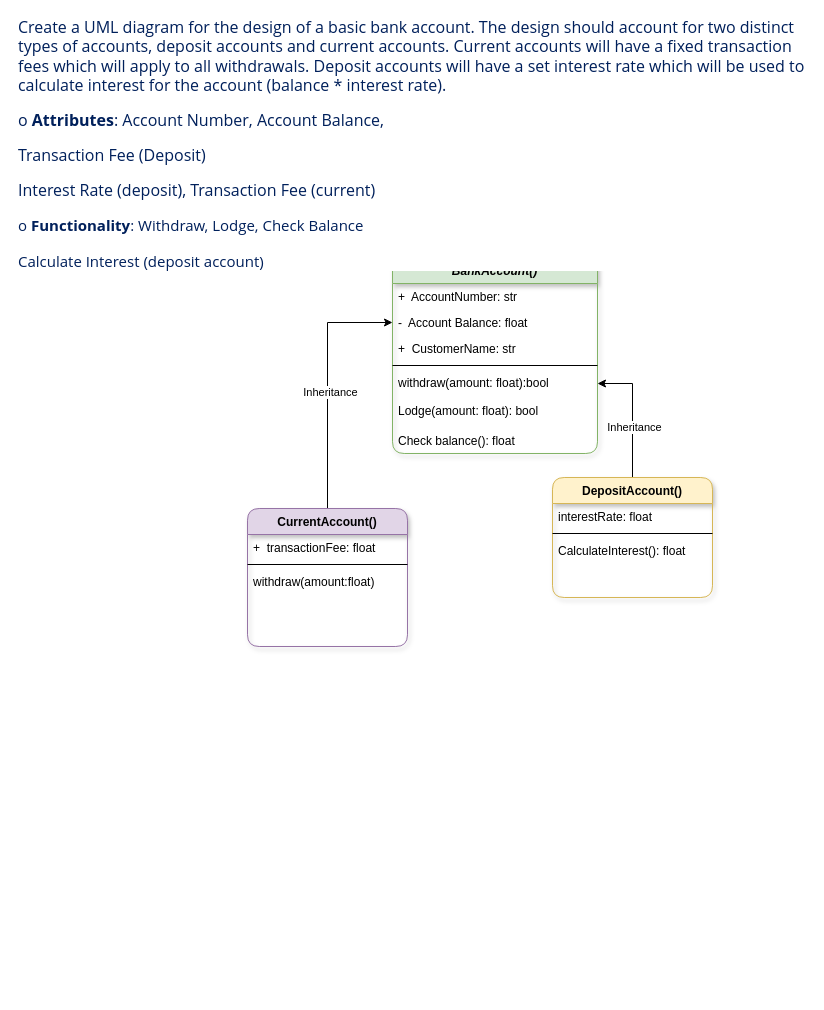
The draw.io diagram bankinguml.drawio in VictoriaJ4/VictoriaJ4, before the edit. Source tidied: cells renumbered, new cells numbered last; positions are measured from the earlier drawing's top-left corner, leaving out a move shared by most shapes. Both pictures are drawn from the tidied source at 100%, with x=0, y=0 at pixel (17, 137).
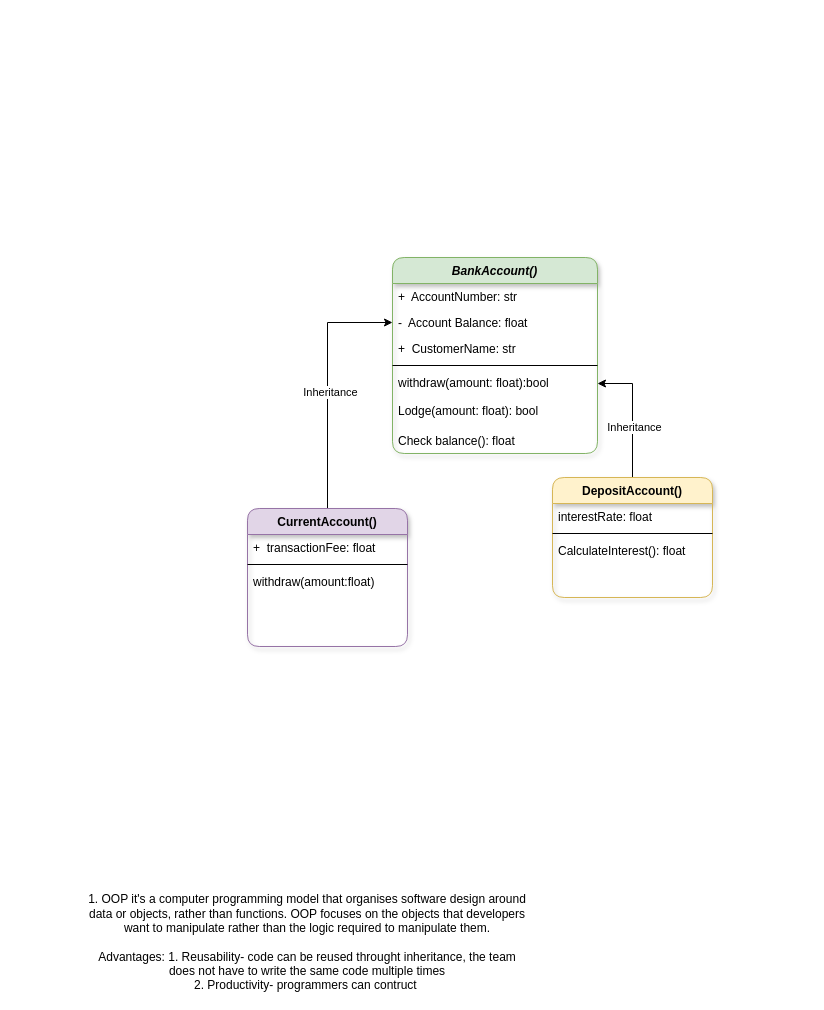
Above is the later version.

The edit, as a diff of the source:
```diff
@@
-    <mxCell id="22" value="&lt;p style=&quot;box-sizing: border-box; margin-top: 0px; margin-bottom: 1rem; color: rgb(0, 32, 91); font-family: &amp;quot;Open Sans&amp;quot;, sans-serif; font-size: 16px; text-align: left; background-color: rgb(255, 255, 255);&quot; dir=&quot;ltr&quot;&gt;Create a UML diagram for the design of a basic bank account. The design should account for two&amp;nbsp;distinct types of accounts, deposit accounts and current accounts. Current accounts will have a fixed transaction fees which will apply to all withdrawals. Deposit accounts will have a set interest rate&amp;nbsp;which will be used to calculate interest for the account (balance * interest rate).&amp;nbsp;&lt;/p&gt;&lt;p style=&quot;box-sizing: border-box; margin-top: 0px; margin-bottom: 1rem; color: rgb(0, 32, 91); font-family: &amp;quot;Open Sans&amp;quot;, sans-serif; font-size: 16px; text-align: left; background-color: rgb(255, 255, 255);&quot; dir=&quot;ltr&quot;&gt;o&amp;nbsp;&lt;span style=&quot;box-sizing: border-box; font-weight: bolder;&quot;&gt;Attributes&lt;/span&gt;: Account Number, Account Balance,&amp;nbsp;&lt;/p&gt;&lt;p style=&quot;box-sizing: border-box; margin-top: 0px; margin-bottom: 1rem; color: rgb(0, 32, 91); font-family: &amp;quot;Open Sans&amp;quot;, sans-serif; font-size: 16px; text-align: left; background-color: rgb(255, 255, 255);&quot; dir=&quot;ltr&quot;&gt;Transaction Fee&amp;nbsp;(Deposit)&lt;/p&gt;&lt;p style=&quot;box-sizing: border-box; margin-top: 0px; margin-bottom: 1rem; color: rgb(0, 32, 91); font-family: &amp;quot;Open Sans&amp;quot;, sans-serif; font-size: 16px; text-align: left; background-color: rgb(255, 255, 255);&quot; dir=&quot;ltr&quot;&gt;Interest Rate (deposit), Transaction Fee&amp;nbsp;(current)&lt;/p&gt;&lt;p style=&quot;box-sizing: border-box; margin-top: 0px; margin-bottom: 1rem; color: rgb(0, 32, 91); font-family: &amp;quot;Open Sans&amp;quot;, sans-serif; font-size: 16px; text-align: left; background-color: rgb(255, 255, 255);&quot; dir=&quot;ltr&quot;&gt;&lt;span style=&quot;box-sizing: border-box; font-size: 0.9375rem;&quot;&gt;o&amp;nbsp;&lt;/span&gt;&lt;span style=&quot;box-sizing: border-box; font-weight: bolder; font-size: 0.9375rem;&quot;&gt;Functionality&lt;/span&gt;&lt;span style=&quot;box-sizing: border-box; font-size: 0.9375rem;&quot;&gt;: Withdraw, Lodge, Check Balance&amp;nbsp;&lt;/span&gt;&lt;/p&gt;&lt;p style=&quot;box-sizing: border-box; margin-top: 0px; margin-bottom: 1rem; color: rgb(0, 32, 91); font-family: &amp;quot;Open Sans&amp;quot;, sans-serif; font-size: 16px; text-align: left; background-color: rgb(255, 255, 255);&quot; dir=&quot;ltr&quot;&gt;&lt;span style=&quot;box-sizing: border-box; font-size: 0.9375rem;&quot;&gt;Calculate Interest (deposit account)&lt;/span&gt;&lt;/p&gt;" style="text;html=1;align=center;verticalAlign=middle;whiteSpace=wrap;rounded=0;" parent="1" vertex="1">
-      <mxGeometry width="790" height="30" as="geometry" />
-    </mxCell>
+    <mxCell id="23" value="1. OOP it's a computer programming model that organises software design around data or objects, rather than functions. OOP focuses on the objects that developers want to manipulate rather than the logic required to manipulate them.&lt;div&gt;&lt;br&gt;&lt;/div&gt;&lt;div&gt;Advantages: 1. Reusability- code can be reused throught inheritance, the team does not have to write the same code multiple times&lt;/div&gt;&lt;div&gt;2. Productivity- programmers can contruct&amp;nbsp;&lt;/div&gt;" style="text;html=1;align=center;verticalAlign=middle;whiteSpace=wrap;rounded=0;" parent="1" vertex="1">
+      <mxGeometry x="70" y="790" width="440" height="30" as="geometry" />
+    </mxCell>
```
